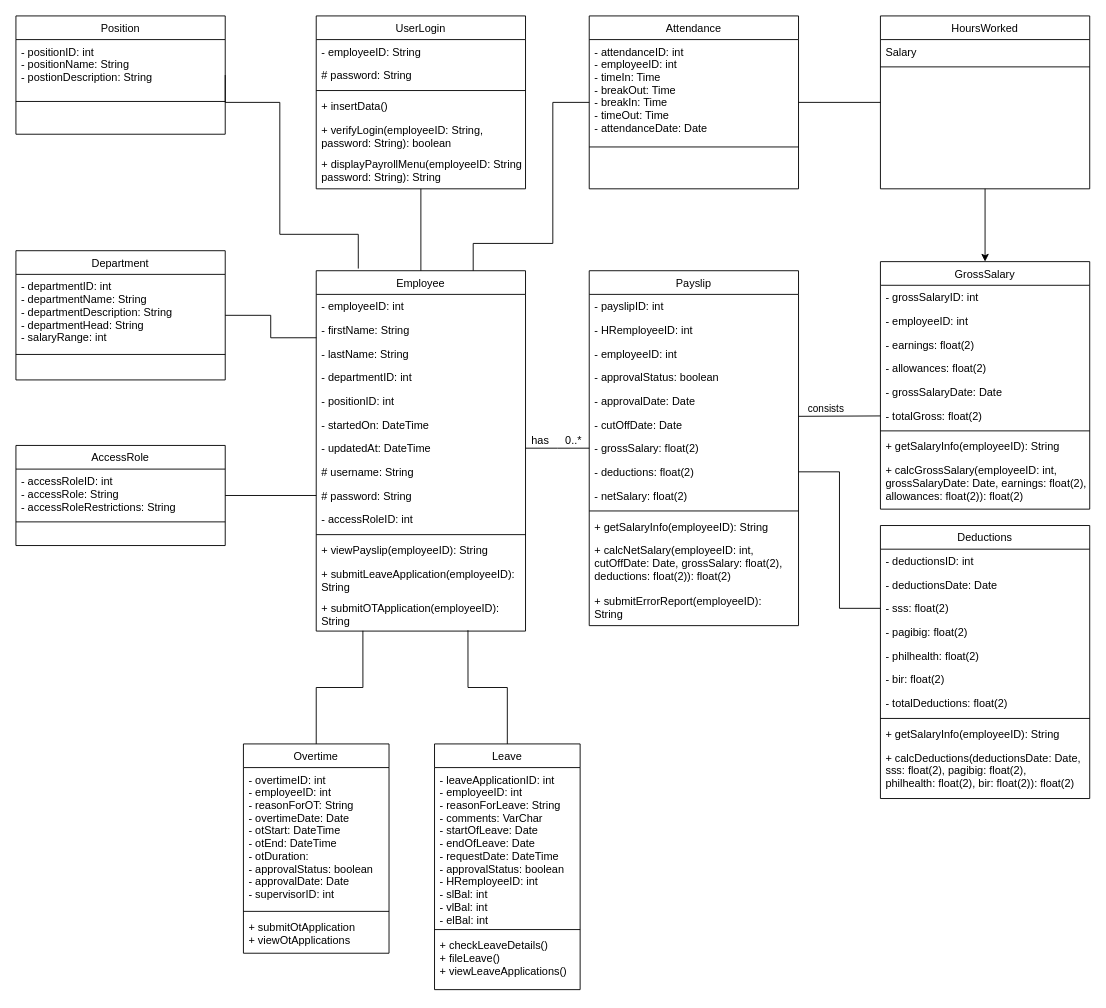
Earlier version of the draw.io diagram S2101 Team 3 OOP MotorPH Class Diagram.drawio (MichaelAngelLu/Computer-Programming). Source tidied: cells renumbered, new cells numbered last; positions are measured from the earlier drawing's top-left corner, leaving out a move shared by most shapes. Both pictures are drawn from the tidied source at 91%, with x=0, y=0 at pixel (15, 15).
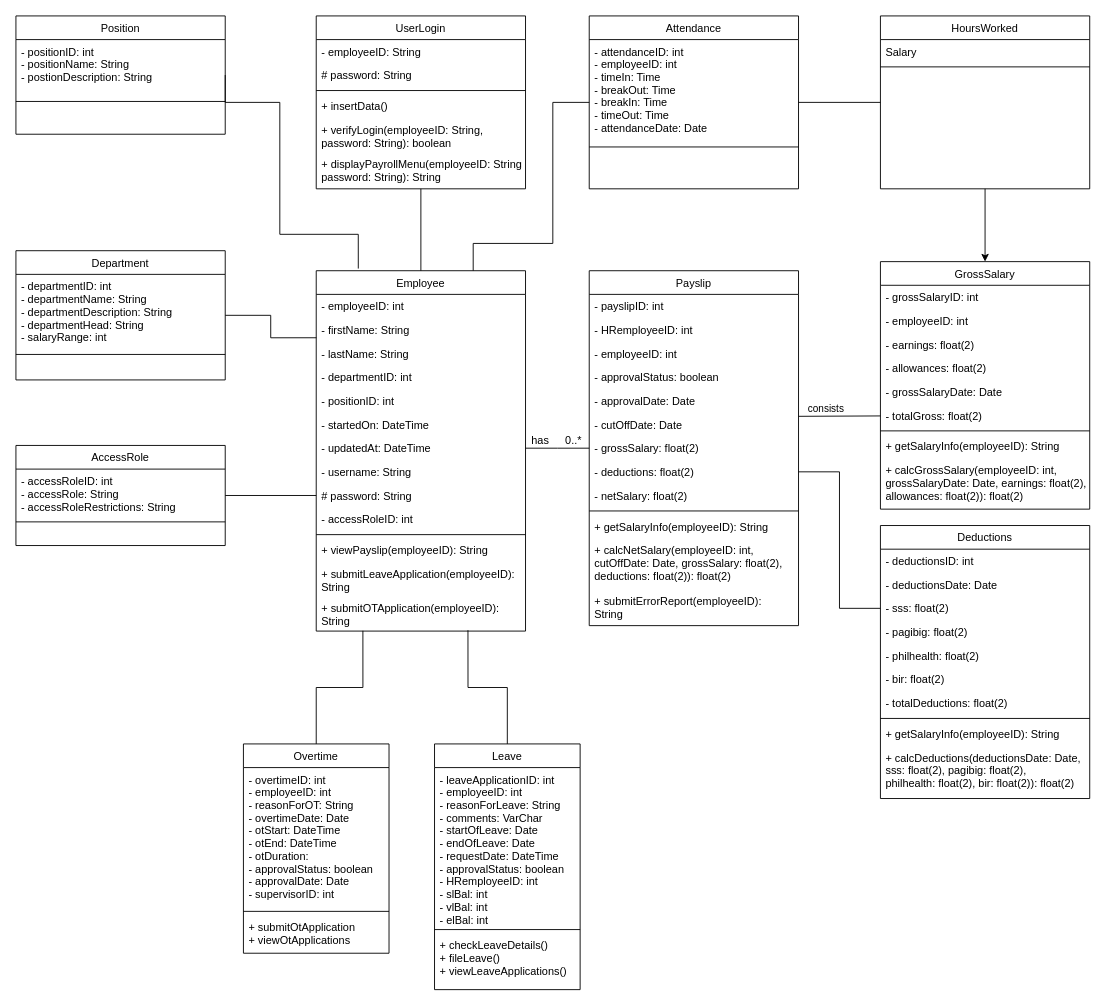
The same page after the edit.

Unchanged cells that the change refers to:
```xml
<mxCell id="2" value="Employee" style="swimlane;fontStyle=0;align=center;verticalAlign=top;horizontal=1;startSize=26;rounded=0;shadow=0;strokeWidth=1;" parent="1" vertex="1">
  <mxGeometry x="330" y="280" width="230" height="396" as="geometry" />
</mxCell>
```

Change to the diagram source:
```diff
@@
-    <mxCell id="10" value="# username: String" style="text;align=left;verticalAlign=top;spacingLeft=4;spacingRight=4;overflow=hidden;rounded=0;shadow=0;html=0;" parent="2" vertex="1">
+    <mxCell id="10" value="- username: String" style="text;align=left;verticalAlign=top;spacingLeft=4;spacingRight=4;overflow=hidden;rounded=0;shadow=0;html=0;" parent="2" vertex="1">
       <mxGeometry y="208" width="230" height="26" as="geometry" />
     </mxCell>
```
